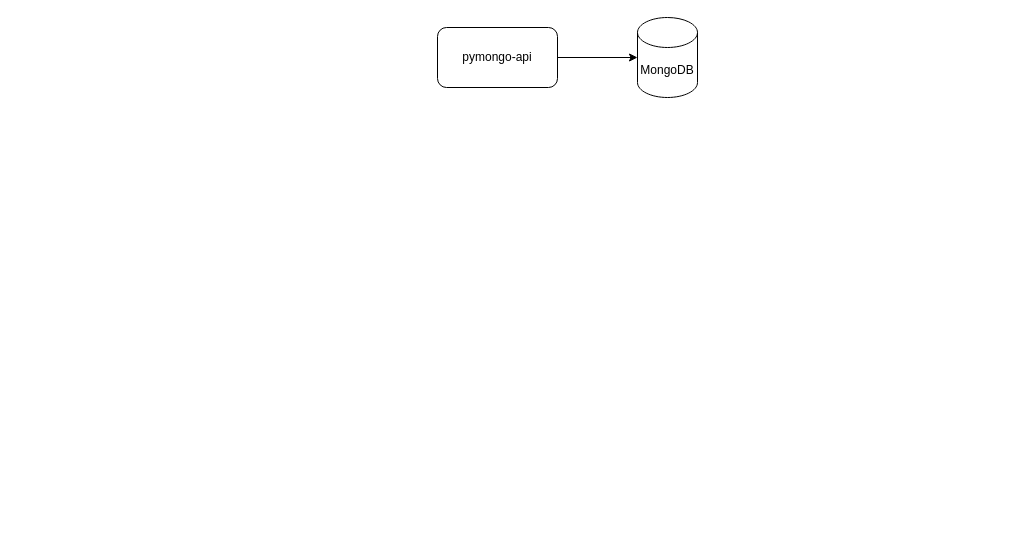
The draw.io diagram task1/task1_caching.drawio in Rainbow42/architecture-pro-black_friday, before the edit. Source tidied: cells renumbered, new cells numbered last; positions are measured from the earlier drawing's top-left corner, leaving out a move shared by most shapes. Both pictures are drawn from the tidied source at 100%, with x=0, y=0 at pixel (437, 17).
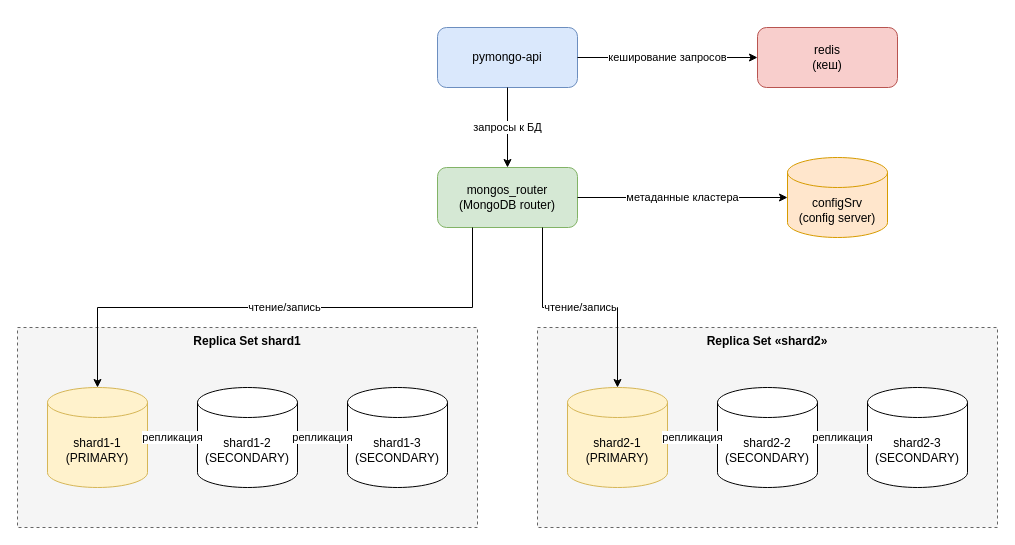
The same page after the edit.

Diff of the diagram source:
```diff
@@
-    <mxCell id="2" value="MongoDB" style="shape=cylinder3;whiteSpace=wrap;html=1;boundedLbl=1;backgroundOutline=1;size=15;" parent="1" vertex="1">
-      <mxGeometry x="200" width="60" height="80" as="geometry" />
-    </mxCell>
-    <mxCell id="3" value="pymongo-api" style="rounded=1;whiteSpace=wrap;html=1;" parent="1" vertex="1">
-      <mxGeometry y="10" width="120" height="60" as="geometry" />
+    <mxCell id="3" value="pymongo-api" style="rounded=1;whiteSpace=wrap;html=1;fillColor=#dae8fc;strokeColor=#6c8ebf;" parent="1" vertex="1">
+      <mxGeometry y="10" width="140" height="60" as="geometry" />
     </mxCell>
-    <mxCell id="4" style="edgeStyle=orthogonalEdgeStyle;rounded=0;jettySize=auto;html=1;exitX=1;exitY=0.5;exitDx=0;exitDy=0;entryX=0;entryY=0.5;entryDx=0;entryDy=0;entryPerimeter=0;" parent="1" edge="1" source="3" target="2">
-      <mxGeometry relative="1" as="geometry" />
-    </mxCell>
+    <mxCell id="5" value="redis&#10;(кеш)" style="rounded=1;whiteSpace=wrap;html=1;fillColor=#f8cecc;strokeColor=#b85450;" parent="1" vertex="1">
+      <mxGeometry x="320" y="10" width="140" height="60" as="geometry" />
+    </mxCell>
+    <mxCell id="6" value="mongos_router&#10;(MongoDB router)" style="rounded=1;whiteSpace=wrap;html=1;fillColor=#d5e8d4;strokeColor=#82b366;" parent="1" vertex="1">
+      <mxGeometry y="150" width="140" height="60" as="geometry" />
+    </mxCell>
+    <mxCell id="7" value="configSrv&#10;(config server)" style="shape=cylinder3;whiteSpace=wrap;html=1;boundedLbl=1;backgroundOutline=1;size=15;fillColor=#ffe6cc;strokeColor=#d79b00;" parent="1" vertex="1">
+      <mxGeometry x="350" y="140" width="100" height="80" as="geometry" />
+    </mxCell>
+    <mxCell id="8" value="Replica Set shard1" style="rounded=0;whiteSpace=wrap;html=1;dashed=1;verticalAlign=top;fillColor=#f5f5f5;strokeColor=#666666;fontStyle=1;" parent="1" vertex="1">
+      <mxGeometry x="-420" y="310" width="460" height="200" as="geometry" />
+    </mxCell>
+    <mxCell id="9" value="shard1-1&#10;(PRIMARY)" style="shape=cylinder3;whiteSpace=wrap;html=1;boundedLbl=1;backgroundOutline=1;size=15;fillColor=#fff2cc;strokeColor=#d6b656;" parent="8" vertex="1">
+      <mxGeometry x="30" y="60" width="100" height="100" as="geometry" />
+    </mxCell>
+    <mxCell id="10" value="shard1-2&#10;(SECONDARY)" style="shape=cylinder3;whiteSpace=wrap;html=1;boundedLbl=1;backgroundOutline=1;size=15;" parent="8" vertex="1">
+      <mxGeometry x="180" y="60" width="100" height="100" as="geometry" />
+    </mxCell>
+    <mxCell id="11" value="shard1-3&#10;(SECONDARY)" style="shape=cylinder3;whiteSpace=wrap;html=1;boundedLbl=1;backgroundOutline=1;size=15;" parent="8" vertex="1">
+      <mxGeometry x="330" y="60" width="100" height="100" as="geometry" />
+    </mxCell>
+    <mxCell id="12" value="Replica Set «shard2»" style="rounded=0;whiteSpace=wrap;html=1;dashed=1;verticalAlign=top;fillColor=#f5f5f5;strokeColor=#666666;fontStyle=1;" parent="1" vertex="1">
+      <mxGeometry x="100" y="310" width="460" height="200" as="geometry" />
+    </mxCell>
+    <mxCell id="13" value="shard2-1&#10;(PRIMARY)" style="shape=cylinder3;whiteSpace=wrap;html=1;boundedLbl=1;backgroundOutline=1;size=15;fillColor=#fff2cc;strokeColor=#d6b656;" parent="12" vertex="1">
+      <mxGeometry x="30" y="60" width="100" height="100" as="geometry" />
+    </mxCell>
+    <mxCell id="14" value="shard2-2&#10;(SECONDARY)" style="shape=cylinder3;whiteSpace=wrap;html=1;boundedLbl=1;backgroundOutline=1;size=15;" parent="12" vertex="1">
+      <mxGeometry x="180" y="60" width="100" height="100" as="geometry" />
+    </mxCell>
+    <mxCell id="15" value="shard2-3&#10;(SECONDARY)" style="shape=cylinder3;whiteSpace=wrap;html=1;boundedLbl=1;backgroundOutline=1;size=15;" parent="12" vertex="1">
+      <mxGeometry x="330" y="60" width="100" height="100" as="geometry" />
+    </mxCell>
+    <mxCell id="16" value="кеширование запросов" style="edgeStyle=orthogonalEdgeStyle;rounded=0;jettySize=auto;html=1;exitX=1;exitY=0.5;exitDx=0;exitDy=0;entryX=0;entryY=0.5;entryDx=0;entryDy=0;" parent="1" edge="1" source="3" target="5">
+      <mxGeometry relative="1" as="geometry" />
+    </mxCell>
+    <mxCell id="17" value="запросы к БД" style="edgeStyle=orthogonalEdgeStyle;rounded=0;jettySize=auto;html=1;exitX=0.5;exitY=1;exitDx=0;exitDy=0;entryX=0.5;entryY=0;entryDx=0;entryDy=0;" parent="1" edge="1" source="3" target="6">
+      <mxGeometry relative="1" as="geometry" />
+    </mxCell>
+    <mxCell id="18" value="метаданные кластера" style="edgeStyle=orthogonalEdgeStyle;rounded=0;jettySize=auto;html=1;exitX=1;exitY=0.5;exitDx=0;exitDy=0;entryX=0;entryY=0.5;entryDx=0;entryDy=0;entryPerimeter=0;" parent="1" edge="1" source="6" target="7">
+      <mxGeometry relative="1" as="geometry" />
+    </mxCell>
+    <mxCell id="19" value="чтение/запись" style="edgeStyle=orthogonalEdgeStyle;rounded=0;jettySize=auto;html=1;exitX=0.25;exitY=1;exitDx=0;exitDy=0;entryX=0.5;entryY=0;entryDx=0;entryDy=0;entryPerimeter=0;" parent="1" edge="1" source="6" target="9">
+      <mxGeometry relative="1" as="geometry" />
+    </mxCell>
+    <mxCell id="20" value="чтение/запись" style="edgeStyle=orthogonalEdgeStyle;rounded=0;jettySize=auto;html=1;exitX=0.75;exitY=1;exitDx=0;exitDy=0;entryX=0.5;entryY=0;entryDx=0;entryDy=0;entryPerimeter=0;" parent="1" edge="1" source="6" target="13">
+      <mxGeometry relative="1" as="geometry" />
+    </mxCell>
+    <mxCell id="21" value="репликация" style="edgeStyle=orthogonalEdgeStyle;rounded=0;jettySize=auto;html=1;dashed=1;exitX=1;exitY=0.5;exitDx=0;exitDy=0;entryX=0;entryY=0.5;entryDx=0;entryDy=0;entryPerimeter=0;exitPerimeter=0;" parent="1" edge="1" source="9" target="10">
+      <mxGeometry relative="1" as="geometry" />
+    </mxCell>
+    <mxCell id="22" value="репликация" style="edgeStyle=orthogonalEdgeStyle;rounded=0;jettySize=auto;html=1;dashed=1;exitX=1;exitY=0.5;exitDx=0;exitDy=0;entryX=0;entryY=0.5;entryDx=0;entryDy=0;entryPerimeter=0;exitPerimeter=0;" parent="1" edge="1" source="10" target="11">
+      <mxGeometry relative="1" as="geometry" />
+    </mxCell>
+    <mxCell id="23" value="репликация" style="edgeStyle=orthogonalEdgeStyle;rounded=0;jettySize=auto;html=1;dashed=1;exitX=1;exitY=0.5;exitDx=0;exitDy=0;entryX=0;entryY=0.5;entryDx=0;entryDy=0;entryPerimeter=0;exitPerimeter=0;" parent="1" edge="1" source="13" target="14">
+      <mxGeometry relative="1" as="geometry" />
+    </mxCell>
+    <mxCell id="24" value="репликация" style="edgeStyle=orthogonalEdgeStyle;rounded=0;jettySize=auto;html=1;dashed=1;exitX=1;exitY=0.5;exitDx=0;exitDy=0;entryX=0;entryY=0.5;entryDx=0;entryDy=0;entryPerimeter=0;exitPerimeter=0;" parent="1" edge="1" source="14" target="15">
+      <mxGeometry relative="1" as="geometry" />
+    </mxCell>
```
